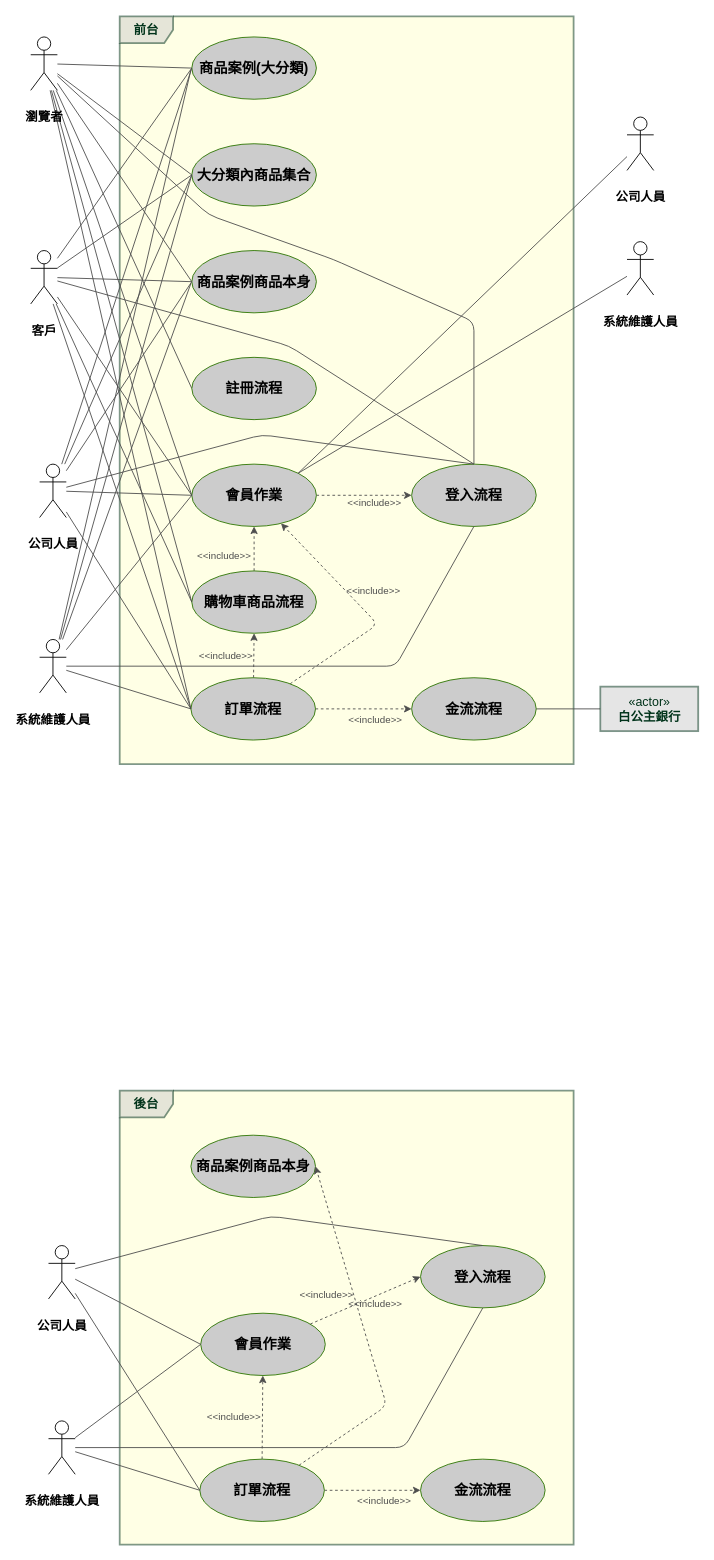
This is page "(b) 小題" (1 of 3) of sample1.drawio from bbs305211/110-2Mid, a draw.io file, before an edit. Source tidied: cells renumbered, new cells numbered last; positions are measured from the earlier drawing's top-left corner, leaving out a move shared by most shapes. Both pictures are drawn from the tidied source at 89%, with x=0, y=0 at pixel (30, 16).
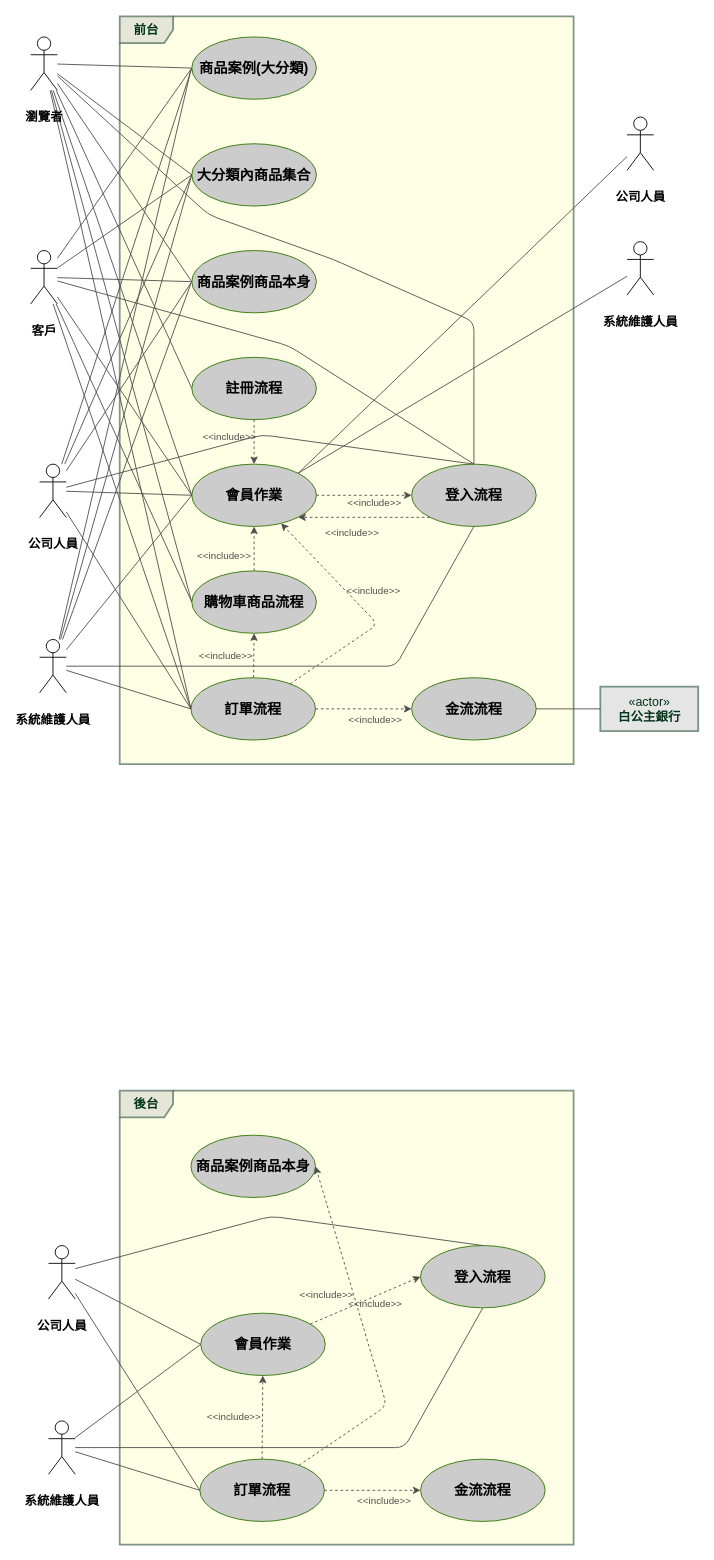
Above is the later version.

The change refers to these unchanged cells:
```xml
<mxCell id="16" value="註冊流程" style="ellipse;whiteSpace=wrap;html=1;fontStyle=1;fontSize=16;fillColor=#CCCCCC;fontColor=#000000;strokeColor=#2D7600;" parent="1" vertex="1">
  <mxGeometry x="181" y="383" width="140" height="70" as="geometry" />
</mxCell>
<mxCell id="17" value="登入流程" style="ellipse;whiteSpace=wrap;html=1;fontStyle=1;fontSize=16;fillColor=#CCCCCC;fontColor=#000000;strokeColor=#2D7600;" parent="1" vertex="1">
  <mxGeometry x="428" y="503" width="140" height="70" as="geometry" />
</mxCell>
<mxCell id="31" value="會員作業" style="ellipse;whiteSpace=wrap;html=1;fontStyle=1;fontSize=16;fillColor=#CCCCCC;fontColor=#000000;strokeColor=#2D7600;" parent="1" vertex="1">
  <mxGeometry x="181" y="503" width="140" height="70" as="geometry" />
</mxCell>
```

What changed in the source:
```diff
@@
+    <mxCell id="81" style="edgeStyle=none;html=1;dashed=1;startArrow=none;startFill=0;endArrow=classic;endFill=1;entryX=0.5;entryY=0;entryDx=0;entryDy=0;strokeColor=#4D4D4D;exitX=0.5;exitY=1;exitDx=0;exitDy=0;" parent="1" edge="1" source="16" target="31">
+      <mxGeometry relative="1" as="geometry" />
+    </mxCell>
+    <mxCell id="82" value="&amp;lt;&amp;lt;include&amp;gt;&amp;gt;" style="edgeLabel;html=1;align=right;verticalAlign=middle;labelBackgroundColor=none;fontColor=#4D4D4D;" parent="81" vertex="1">
+      <mxGeometry x="-0.28" y="3" relative="1" as="geometry" />
+    </mxCell>
+    <mxCell id="83" style="edgeStyle=none;html=1;entryX=1;entryY=1;entryDx=0;entryDy=0;startArrow=none;startFill=0;endArrow=classic;endFill=1;dashed=1;spacingBottom=0;verticalAlign=bottom;strokeColor=#4D4D4D;exitX=0;exitY=1;exitDx=0;exitDy=0;" parent="1" edge="1" source="17" target="31">
+      <mxGeometry relative="1" as="geometry" />
+    </mxCell>
+    <mxCell id="84" value="&amp;lt;&amp;lt;include&amp;gt;&amp;gt;" style="edgeLabel;html=1;align=center;verticalAlign=top;horizontal=1;labelBackgroundColor=none;fontColor=#4D4D4D;" parent="83" vertex="1">
+      <mxGeometry x="0.19" y="4" relative="1" as="geometry" />
+    </mxCell>
```
